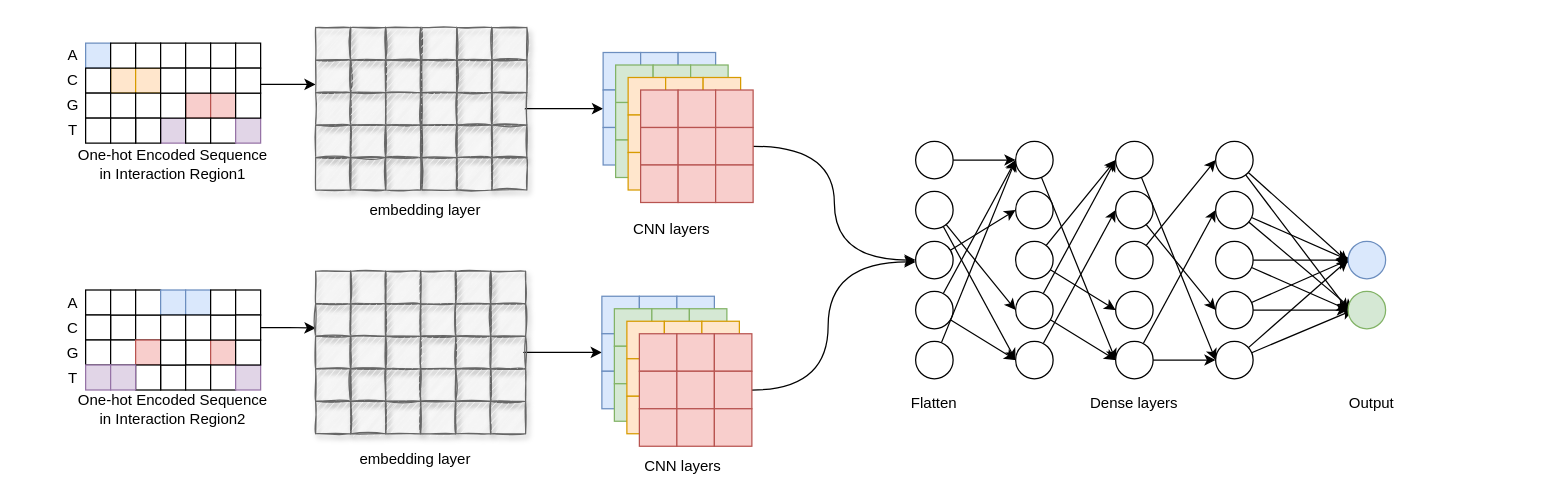
The draw.io diagram onehot_embedding_cnn_two_branch.drawio in NaiveTom/draw.io, before the edit. Source tidied: cells renumbered, new cells numbered last; positions are measured from the earlier drawing's top-left corner, leaving out a move shared by most shapes. Both pictures are drawn from the tidied source at 125%, with x=0, y=0 at pixel (48, 26).
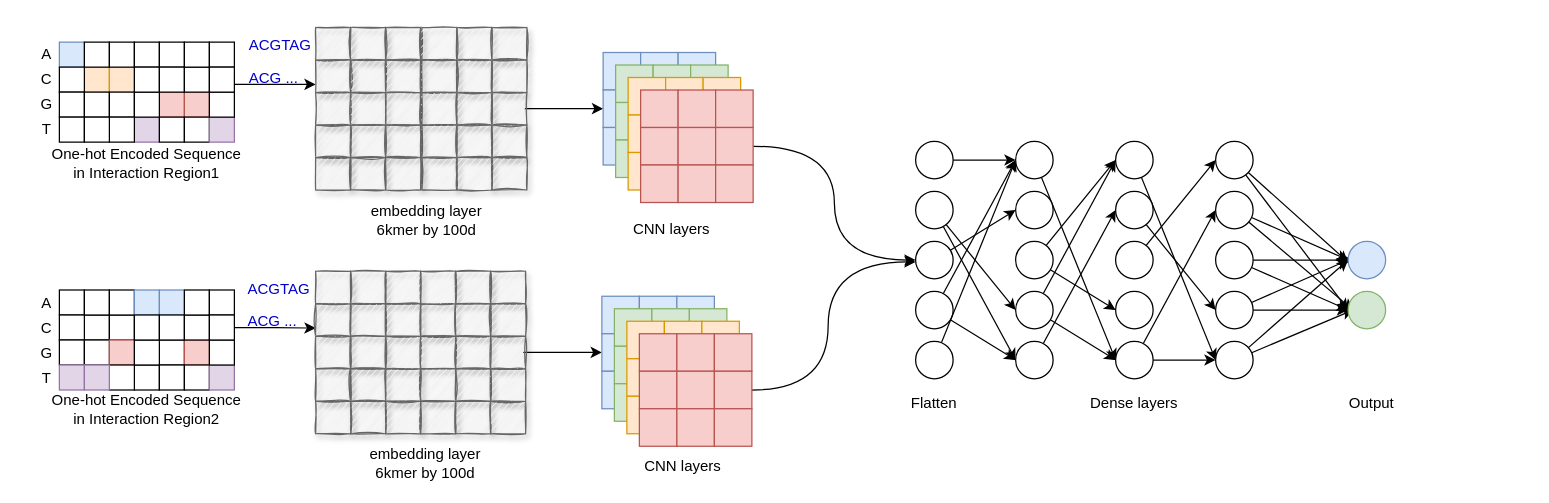
After the change.

Diff of the diagram source:
```diff
@@
     <mxCell id="163" value="G" style="text;html=1;strokeColor=none;fillColor=none;align=center;verticalAlign=middle;whiteSpace=wrap;rounded=0;" parent="1" vertex="1">
-      <mxGeometry y="53" width="40" height="20" as="geometry" />
+      <mxGeometry x="-21" y="52.2" width="40" height="20" as="geometry" />
     </mxCell>
     <mxCell id="164" value="T" style="text;html=1;strokeColor=none;fillColor=none;align=center;verticalAlign=middle;whiteSpace=wrap;rounded=0;" parent="1" vertex="1">
-      <mxGeometry y="73" width="40" height="20" as="geometry" />
+      <mxGeometry x="-21" y="72.2" width="40" height="20" as="geometry" />
     </mxCell>
     <mxCell id="165" value="&lt;div&gt;A&lt;/div&gt;" style="text;html=1;strokeColor=none;fillColor=none;align=center;verticalAlign=middle;whiteSpace=wrap;rounded=0;" parent="1" vertex="1">
-      <mxGeometry y="13" width="40" height="20" as="geometry" />
+      <mxGeometry x="-21" y="12.2" width="40" height="20" as="geometry" />
     </mxCell>
     <mxCell id="166" value="C" style="text;html=1;strokeColor=none;fillColor=none;align=center;verticalAlign=middle;whiteSpace=wrap;rounded=0;" parent="1" vertex="1">
-      <mxGeometry y="33" width="40" height="20" as="geometry" />
+      <mxGeometry x="-21" y="32.2" width="40" height="20" as="geometry" />
     </mxCell>
     <mxCell id="167" style="whiteSpace=wrap;html=1;fillColor=#dae8fc;strokeColor=#6c8ebf;" parent="1" vertex="1">
-      <mxGeometry x="30" y="13" width="20" height="20" as="geometry" />
+      <mxGeometry x="9" y="12.2" width="20" height="20" as="geometry" />
     </mxCell>
     <mxCell id="168" style="whiteSpace=wrap;html=1;" parent="1" vertex="1">
-      <mxGeometry x="50" y="33" width="20" height="20" as="geometry" />
+      <mxGeometry x="29" y="32.2" width="20" height="20" as="geometry" />
     </mxCell>
     <mxCell id="169" style="whiteSpace=wrap;html=1;fillColor=#ffe6cc;strokeColor=#d79b00;" parent="1" vertex="1">
-      <mxGeometry x="50" y="33" width="20" height="20" as="geometry" />
+      <mxGeometry x="29" y="32.2" width="20" height="20" as="geometry" />
     </mxCell>
     <mxCell id="170" style="whiteSpace=wrap;html=1;fillColor=#ffe6cc;strokeColor=#d79b00;" parent="1" vertex="1">
-      <mxGeometry x="70" y="33" width="20" height="20" as="geometry" />
+      <mxGeometry x="49" y="32.2" width="20" height="20" as="geometry" />
     </mxCell>
     <mxCell id="171" style="whiteSpace=wrap;html=1;fillColor=#e1d5e7;strokeColor=#9673a6;" parent="1" vertex="1">
-      <mxGeometry x="90" y="73" width="20" height="20" as="geometry" />
+      <mxGeometry x="69" y="72.2" width="20" height="20" as="geometry" />
     </mxCell>
     <mxCell id="172" style="whiteSpace=wrap;html=1;fillColor=#f8cecc;strokeColor=#b85450;" parent="1" vertex="1">
-      <mxGeometry x="110" y="53" width="20" height="20" as="geometry" />
+      <mxGeometry x="89" y="52.2" width="20" height="20" as="geometry" />
     </mxCell>
     <mxCell id="173" style="whiteSpace=wrap;html=1;fillColor=#f8cecc;strokeColor=#b85450;" parent="1" vertex="1">
-      <mxGeometry x="130" y="53" width="20" height="20" as="geometry" />
+      <mxGeometry x="109" y="52.2" width="20" height="20" as="geometry" />
     </mxCell>
     <mxCell id="174" style="rounded=0;whiteSpace=wrap;html=1;" parent="1" vertex="1">
-      <mxGeometry x="30" y="33" width="20" height="20" as="geometry" />
+      <mxGeometry x="9" y="32.2" width="20" height="20" as="geometry" />
     </mxCell>
     <mxCell id="175" style="rounded=0;whiteSpace=wrap;html=1;" parent="1" vertex="1">
-      <mxGeometry x="30" y="53" width="20" height="20" as="geometry" />
+      <mxGeometry x="9" y="52.2" width="20" height="20" as="geometry" />
     </mxCell>
     <mxCell id="176" style="rounded=0;whiteSpace=wrap;html=1;" parent="1" vertex="1">
-      <mxGeometry x="50" y="53" width="20" height="20" as="geometry" />
+      <mxGeometry x="29" y="52.2" width="20" height="20" as="geometry" />
     </mxCell>
     <mxCell id="177" style="rounded=0;whiteSpace=wrap;html=1;" parent="1" vertex="1">
-      <mxGeometry x="70" y="53" width="20" height="20" as="geometry" />
+      <mxGeometry x="49" y="52.2" width="20" height="20" as="geometry" />
     </mxCell>
     <mxCell id="178" style="rounded=0;whiteSpace=wrap;html=1;" parent="1" vertex="1">
-      <mxGeometry x="90" y="53" width="20" height="20" as="geometry" />
+      <mxGeometry x="69" y="52.2" width="20" height="20" as="geometry" />
     </mxCell>
     <mxCell id="179" style="rounded=0;whiteSpace=wrap;html=1;" parent="1" vertex="1">
-      <mxGeometry x="70" y="73" width="20" height="20" as="geometry" />
+      <mxGeometry x="49" y="72.2" width="20" height="20" as="geometry" />
     </mxCell>
     <mxCell id="180" style="rounded=0;whiteSpace=wrap;html=1;" parent="1" vertex="1">
-      <mxGeometry x="30" y="73" width="20" height="20" as="geometry" />
+      <mxGeometry x="9" y="72.2" width="20" height="20" as="geometry" />
     </mxCell>
     <mxCell id="181" style="rounded=0;whiteSpace=wrap;html=1;" parent="1" vertex="1">
-      <mxGeometry x="50" y="73" width="20" height="20" as="geometry" />
+      <mxGeometry x="29" y="72.2" width="20" height="20" as="geometry" />
     </mxCell>
     <mxCell id="182" style="rounded=0;whiteSpace=wrap;html=1;" parent="1" vertex="1">
-      <mxGeometry x="110" y="73" width="20" height="20" as="geometry" />
+      <mxGeometry x="89" y="72.2" width="20" height="20" as="geometry" />
     </mxCell>
     <mxCell id="183" style="rounded=0;whiteSpace=wrap;html=1;" parent="1" vertex="1">
-      <mxGeometry x="130" y="73" width="20" height="20" as="geometry" />
+      <mxGeometry x="109" y="72.2" width="20" height="20" as="geometry" />
     </mxCell>
     <mxCell id="184" style="rounded=0;whiteSpace=wrap;html=1;" parent="1" vertex="1">
-      <mxGeometry x="50" y="13" width="20" height="20" as="geometry" />
+      <mxGeometry x="29" y="12.2" width="20" height="20" as="geometry" />
     </mxCell>
     <mxCell id="185" style="rounded=0;whiteSpace=wrap;html=1;" parent="1" vertex="1">
-      <mxGeometry x="70" y="13" width="20" height="20" as="geometry" />
+      <mxGeometry x="49" y="12.2" width="20" height="20" as="geometry" />
     </mxCell>
     <mxCell id="186" style="rounded=0;whiteSpace=wrap;html=1;" parent="1" vertex="1">
-      <mxGeometry x="90" y="13" width="20" height="20" as="geometry" />
+      <mxGeometry x="69" y="12.2" width="20" height="20" as="geometry" />
     </mxCell>
     <mxCell id="187" style="rounded=0;whiteSpace=wrap;html=1;" parent="1" vertex="1">
-      <mxGeometry x="110" y="13" width="20" height="20" as="geometry" />
+      <mxGeometry x="89" y="12.2" width="20" height="20" as="geometry" />
     </mxCell>
     <mxCell id="188" style="rounded=0;whiteSpace=wrap;html=1;" parent="1" vertex="1">
-      <mxGeometry x="90" y="33" width="20" height="20" as="geometry" />
+      <mxGeometry x="69" y="32.2" width="20" height="20" as="geometry" />
     </mxCell>
     <mxCell id="189" style="rounded=0;whiteSpace=wrap;html=1;" parent="1" vertex="1">
-      <mxGeometry x="110" y="33" width="20" height="20" as="geometry" />
+      <mxGeometry x="89" y="32.2" width="20" height="20" as="geometry" />
     </mxCell>
     <mxCell id="190" style="rounded=0;whiteSpace=wrap;html=1;" parent="1" vertex="1">
-      <mxGeometry x="130" y="33" width="20" height="20" as="geometry" />
+      <mxGeometry x="109" y="32.2" width="20" height="20" as="geometry" />
     </mxCell>
     <mxCell id="191" style="rounded=0;whiteSpace=wrap;html=1;" parent="1" vertex="1">
-      <mxGeometry x="130" y="13" width="20" height="20" as="geometry" />
+      <mxGeometry x="109" y="12.2" width="20" height="20" as="geometry" />
     </mxCell>
     <mxCell id="192" style="whiteSpace=wrap;html=1;fillColor=#e1d5e7;strokeColor=#9673a6;" parent="1" vertex="1">
-      <mxGeometry x="150" y="73" width="20" height="20" as="geometry" />
+      <mxGeometry x="129" y="72.2" width="20" height="20" as="geometry" />
     </mxCell>
     <mxCell id="193" style="rounded=0;whiteSpace=wrap;html=1;" parent="1" vertex="1">
-      <mxGeometry x="150" y="53" width="20" height="20" as="geometry" />
+      <mxGeometry x="129" y="52.2" width="20" height="20" as="geometry" />
     </mxCell>
     <mxCell id="194" style="rounded=0;whiteSpace=wrap;html=1;" parent="1" vertex="1">
-      <mxGeometry x="150" y="13" width="20" height="20" as="geometry" />
+      <mxGeometry x="129" y="12.2" width="20" height="20" as="geometry" />
     </mxCell>
@@
     <mxCell id="196" style="rounded=0;whiteSpace=wrap;html=1;" parent="1" vertex="1">
-      <mxGeometry x="150" y="33" width="20" height="20" as="geometry" />
+      <mxGeometry x="129" y="32.2" width="20" height="20" as="geometry" />
     </mxCell>
     <mxCell id="197" value="G" style="text;html=1;strokeColor=none;fillColor=none;align=center;verticalAlign=middle;whiteSpace=wrap;rounded=0;" parent="1" vertex="1">
-      <mxGeometry y="250.5" width="40" height="20" as="geometry" />
+      <mxGeometry x="-21" y="250.5" width="40" height="20" as="geometry" />
     </mxCell>
     <mxCell id="198" value="T" style="text;html=1;strokeColor=none;fillColor=none;align=center;verticalAlign=middle;whiteSpace=wrap;rounded=0;" parent="1" vertex="1">
-      <mxGeometry y="270.5" width="40" height="20" as="geometry" />
+      <mxGeometry x="-21" y="270.5" width="40" height="20" as="geometry" />
     </mxCell>
     <mxCell id="199" value="&lt;div&gt;A&lt;/div&gt;" style="text;html=1;strokeColor=none;fillColor=none;align=center;verticalAlign=middle;whiteSpace=wrap;rounded=0;" parent="1" vertex="1">
-      <mxGeometry y="210.5" width="40" height="20" as="geometry" />
+      <mxGeometry x="-21" y="210.5" width="40" height="20" as="geometry" />
     </mxCell>
     <mxCell id="200" value="C" style="text;html=1;strokeColor=none;fillColor=none;align=center;verticalAlign=middle;whiteSpace=wrap;rounded=0;" parent="1" vertex="1">
-      <mxGeometry y="230.5" width="40" height="20" as="geometry" />
+      <mxGeometry x="-21" y="230.5" width="40" height="20" as="geometry" />
     </mxCell>
     <mxCell id="201" style="whiteSpace=wrap;html=1;" parent="1" vertex="1">
-      <mxGeometry x="30" y="210.5" width="20" height="20" as="geometry" />
+      <mxGeometry x="9" y="210.5" width="20" height="20" as="geometry" />
     </mxCell>
     <mxCell id="202" style="whiteSpace=wrap;html=1;" parent="1" vertex="1">
-      <mxGeometry x="50" y="230.5" width="20" height="20" as="geometry" />
+      <mxGeometry x="29" y="230.5" width="20" height="20" as="geometry" />
     </mxCell>
     <mxCell id="203" style="whiteSpace=wrap;html=1;" parent="1" vertex="1">
-      <mxGeometry x="50" y="230.5" width="20" height="20" as="geometry" />
+      <mxGeometry x="29" y="230.5" width="20" height="20" as="geometry" />
     </mxCell>
     <mxCell id="204" style="whiteSpace=wrap;html=1;" parent="1" vertex="1">
-      <mxGeometry x="70" y="230.5" width="20" height="20" as="geometry" />
+      <mxGeometry x="49" y="230.5" width="20" height="20" as="geometry" />
     </mxCell>
     <mxCell id="205" style="whiteSpace=wrap;html=1;" parent="1" vertex="1">
-      <mxGeometry x="90" y="270.5" width="20" height="20" as="geometry" />
+      <mxGeometry x="69" y="270.5" width="20" height="20" as="geometry" />
     </mxCell>
     <mxCell id="206" style="whiteSpace=wrap;html=1;" parent="1" vertex="1">
-      <mxGeometry x="110" y="250.5" width="20" height="20" as="geometry" />
+      <mxGeometry x="89" y="250.5" width="20" height="20" as="geometry" />
     </mxCell>
     <mxCell id="207" style="whiteSpace=wrap;html=1;fillColor=#f8cecc;strokeColor=#b85450;" parent="1" vertex="1">
-      <mxGeometry x="130" y="250.5" width="20" height="20" as="geometry" />
+      <mxGeometry x="109" y="250.5" width="20" height="20" as="geometry" />
     </mxCell>
     <mxCell id="208" style="rounded=0;whiteSpace=wrap;html=1;" parent="1" vertex="1">
-      <mxGeometry x="30" y="230.5" width="20" height="20" as="geometry" />
+      <mxGeometry x="9" y="230.5" width="20" height="20" as="geometry" />
     </mxCell>
     <mxCell id="209" style="rounded=0;whiteSpace=wrap;html=1;" parent="1" vertex="1">
-      <mxGeometry x="30" y="250.5" width="20" height="20" as="geometry" />
+      <mxGeometry x="9" y="250.5" width="20" height="20" as="geometry" />
     </mxCell>
     <mxCell id="210" style="rounded=0;whiteSpace=wrap;html=1;" parent="1" vertex="1">
-      <mxGeometry x="50" y="250.5" width="20" height="20" as="geometry" />
+      <mxGeometry x="29" y="250.5" width="20" height="20" as="geometry" />
     </mxCell>
     <mxCell id="211" style="rounded=0;whiteSpace=wrap;html=1;fillColor=#f8cecc;strokeColor=#b85450;" parent="1" vertex="1">
-      <mxGeometry x="70" y="250.5" width="20" height="20" as="geometry" />
+      <mxGeometry x="49" y="250.5" width="20" height="20" as="geometry" />
     </mxCell>
     <mxCell id="212" style="rounded=0;whiteSpace=wrap;html=1;" parent="1" vertex="1">
-      <mxGeometry x="90" y="250.5" width="20" height="20" as="geometry" />
+      <mxGeometry x="69" y="250.5" width="20" height="20" as="geometry" />
     </mxCell>
     <mxCell id="213" style="rounded=0;whiteSpace=wrap;html=1;" parent="1" vertex="1">
-      <mxGeometry x="70" y="270.5" width="20" height="20" as="geometry" />
+      <mxGeometry x="49" y="270.5" width="20" height="20" as="geometry" />
     </mxCell>
     <mxCell id="214" style="rounded=0;whiteSpace=wrap;html=1;fillColor=#e1d5e7;strokeColor=#9673a6;" parent="1" vertex="1">
-      <mxGeometry x="30" y="270.5" width="20" height="20" as="geometry" />
+      <mxGeometry x="9" y="270.5" width="20" height="20" as="geometry" />
     </mxCell>
     <mxCell id="215" style="rounded=0;whiteSpace=wrap;html=1;fillColor=#e1d5e7;strokeColor=#9673a6;" parent="1" vertex="1">
-      <mxGeometry x="50" y="270.5" width="20" height="20" as="geometry" />
+      <mxGeometry x="29" y="270.5" width="20" height="20" as="geometry" />
     </mxCell>
     <mxCell id="216" style="rounded=0;whiteSpace=wrap;html=1;" parent="1" vertex="1">
-      <mxGeometry x="110" y="270.5" width="20" height="20" as="geometry" />
+      <mxGeometry x="89" y="270.5" width="20" height="20" as="geometry" />
     </mxCell>
     <mxCell id="217" style="rounded=0;whiteSpace=wrap;html=1;" parent="1" vertex="1">
-      <mxGeometry x="130" y="270.5" width="20" height="20" as="geometry" />
+      <mxGeometry x="109" y="270.5" width="20" height="20" as="geometry" />
     </mxCell>
     <mxCell id="218" style="rounded=0;whiteSpace=wrap;html=1;" parent="1" vertex="1">
-      <mxGeometry x="50" y="210.5" width="20" height="20" as="geometry" />
+      <mxGeometry x="29" y="210.5" width="20" height="20" as="geometry" />
     </mxCell>
     <mxCell id="219" style="rounded=0;whiteSpace=wrap;html=1;" parent="1" vertex="1">
-      <mxGeometry x="70" y="210.5" width="20" height="20" as="geometry" />
+      <mxGeometry x="49" y="210.5" width="20" height="20" as="geometry" />
     </mxCell>
     <mxCell id="220" style="rounded=0;whiteSpace=wrap;html=1;fillColor=#dae8fc;strokeColor=#6c8ebf;" parent="1" vertex="1">
-      <mxGeometry x="90" y="210.5" width="20" height="20" as="geometry" />
+      <mxGeometry x="69" y="210.5" width="20" height="20" as="geometry" />
     </mxCell>
     <mxCell id="221" style="rounded=0;whiteSpace=wrap;html=1;fillColor=#dae8fc;strokeColor=#6c8ebf;" parent="1" vertex="1">
-      <mxGeometry x="110" y="210.5" width="20" height="20" as="geometry" />
+      <mxGeometry x="89" y="210.5" width="20" height="20" as="geometry" />
     </mxCell>
     <mxCell id="222" style="rounded=0;whiteSpace=wrap;html=1;" parent="1" vertex="1">
-      <mxGeometry x="90" y="230.5" width="20" height="20" as="geometry" />
+      <mxGeometry x="69" y="230.5" width="20" height="20" as="geometry" />
     </mxCell>
     <mxCell id="223" style="rounded=0;whiteSpace=wrap;html=1;" parent="1" vertex="1">
-      <mxGeometry x="110" y="230.5" width="20" height="20" as="geometry" />
+      <mxGeometry x="89" y="230.5" width="20" height="20" as="geometry" />
     </mxCell>
     <mxCell id="224" style="rounded=0;whiteSpace=wrap;html=1;" parent="1" vertex="1">
-      <mxGeometry x="130" y="230.5" width="20" height="20" as="geometry" />
+      <mxGeometry x="109" y="230.5" width="20" height="20" as="geometry" />
     </mxCell>
     <mxCell id="225" style="rounded=0;whiteSpace=wrap;html=1;" parent="1" vertex="1">
-      <mxGeometry x="130" y="210.5" width="20" height="20" as="geometry" />
+      <mxGeometry x="109" y="210.5" width="20" height="20" as="geometry" />
     </mxCell>
     <mxCell id="226" style="whiteSpace=wrap;html=1;fillColor=#e1d5e7;strokeColor=#9673a6;" parent="1" vertex="1">
-      <mxGeometry x="150" y="270.5" width="20" height="20" as="geometry" />
+      <mxGeometry x="129" y="270.5" width="20" height="20" as="geometry" />
     </mxCell>
     <mxCell id="227" style="rounded=0;whiteSpace=wrap;html=1;" parent="1" vertex="1">
-      <mxGeometry x="150" y="250.5" width="20" height="20" as="geometry" />
+      <mxGeometry x="129" y="250.5" width="20" height="20" as="geometry" />
     </mxCell>
     <mxCell id="228" style="rounded=0;whiteSpace=wrap;html=1;" parent="1" vertex="1">
-      <mxGeometry x="150" y="210.5" width="20" height="20" as="geometry" />
+      <mxGeometry x="129" y="210.5" width="20" height="20" as="geometry" />
     </mxCell>
@@
     <mxCell id="230" style="rounded=0;whiteSpace=wrap;html=1;" parent="1" vertex="1">
-      <mxGeometry x="150" y="230.5" width="20" height="20" as="geometry" />
+      <mxGeometry x="129" y="230.5" width="20" height="20" as="geometry" />
     </mxCell>
@@
-    <mxCell id="261" value="&lt;div&gt;embedding layer&lt;/div&gt;" style="text;html=1;strokeColor=none;fillColor=none;align=center;verticalAlign=middle;whiteSpace=wrap;rounded=0;" parent="1" vertex="1">
-      <mxGeometry x="222" y="136.5" width="160" height="20" as="geometry" />
-    </mxCell>
-    <mxCell id="262" value="&lt;div&gt;embedding layer&lt;/div&gt;" style="text;html=1;strokeColor=none;fillColor=none;align=center;verticalAlign=middle;whiteSpace=wrap;rounded=0;" parent="1" vertex="1">
-      <mxGeometry x="214" y="335.5" width="160" height="20" as="geometry" />
-    </mxCell>
-    <mxCell id="263" style="edgeStyle=orthogonalEdgeStyle;rounded=0;orthogonalLoop=1;jettySize=auto;html=1;exitX=0.5;exitY=1;exitDx=0;exitDy=0;" parent="1" edge="1" source="262" target="262">
-      <mxGeometry relative="1" as="geometry" />
+    <mxCell id="263" style="edgeStyle=orthogonalEdgeStyle;rounded=0;orthogonalLoop=1;jettySize=auto;html=1;exitX=0.5;exitY=1;exitDx=0;exitDy=0;" parent="1" edge="1">
+      <mxGeometry relative="1" as="geometry">
+        <mxPoint x="294" y="355.5" as="sourcePoint" />
+        <mxPoint x="294" y="355.5" as="targetPoint" />
+      </mxGeometry>
     </mxCell>
     <mxCell id="264" value="One-hot Encoded Sequence in Interaction Region1" style="text;html=1;strokeColor=none;fillColor=none;align=center;verticalAlign=middle;whiteSpace=wrap;rounded=0;" parent="1" vertex="1">
-      <mxGeometry x="20" y="99.5" width="160" height="20" as="geometry" />
+      <mxGeometry x="-1" y="98.8" width="160" height="20" as="geometry" />
     </mxCell>
     <mxCell id="265" value="&lt;div&gt;One-hot Encoded Sequence in Interaction Region2&lt;/div&gt;" style="text;html=1;strokeColor=none;fillColor=none;align=center;verticalAlign=middle;whiteSpace=wrap;rounded=0;" parent="1" vertex="1">
-      <mxGeometry x="20" y="295.5" width="160" height="20" as="geometry" />
+      <mxGeometry x="-1" y="295.5" width="160" height="20" as="geometry" />
     </mxCell>
+    <mxCell id="266" value="&lt;div&gt;embedding layer&lt;/div&gt;&lt;div&gt;6kmer by 100d&lt;/div&gt;" style="text;html=1;strokeColor=none;fillColor=none;align=center;verticalAlign=middle;whiteSpace=wrap;rounded=0;" parent="1" vertex="1">
+      <mxGeometry x="223" y="144.8" width="160" height="20" as="geometry" />
+    </mxCell>
+    <mxCell id="267" value="&lt;font color=&quot;#0000CC&quot;&gt;ACGTAG&lt;/font&gt;" style="text;whiteSpace=wrap;html=1;" parent="1" vertex="1">
+      <mxGeometry x="159" y="1.2" width="70" height="30" as="geometry" />
+    </mxCell>
+    <mxCell id="268" value="&lt;font color=&quot;#0000CC&quot;&gt;ACG ...&lt;/font&gt;" style="text;whiteSpace=wrap;html=1;" parent="1" vertex="1">
+      <mxGeometry x="159" y="27.2" width="70" height="30" as="geometry" />
+    </mxCell>
+    <mxCell id="269" value="&lt;div&gt;embedding layer&lt;/div&gt;&lt;div&gt;6kmer by 100d&lt;/div&gt;" style="text;html=1;strokeColor=none;fillColor=none;align=center;verticalAlign=middle;whiteSpace=wrap;rounded=0;" parent="1" vertex="1">
+      <mxGeometry x="222" y="339" width="160" height="20" as="geometry" />
+    </mxCell>
+    <mxCell id="270" value="&lt;font color=&quot;#0000CC&quot;&gt;ACGTAG&lt;/font&gt;" style="text;whiteSpace=wrap;html=1;" parent="1" vertex="1">
+      <mxGeometry x="158" y="195.5" width="70" height="30" as="geometry" />
+    </mxCell>
+    <mxCell id="271" value="&lt;font color=&quot;#0000CC&quot;&gt;ACG ...&lt;/font&gt;" style="text;whiteSpace=wrap;html=1;" parent="1" vertex="1">
+      <mxGeometry x="158" y="221.5" width="70" height="30" as="geometry" />
+    </mxCell>
```
